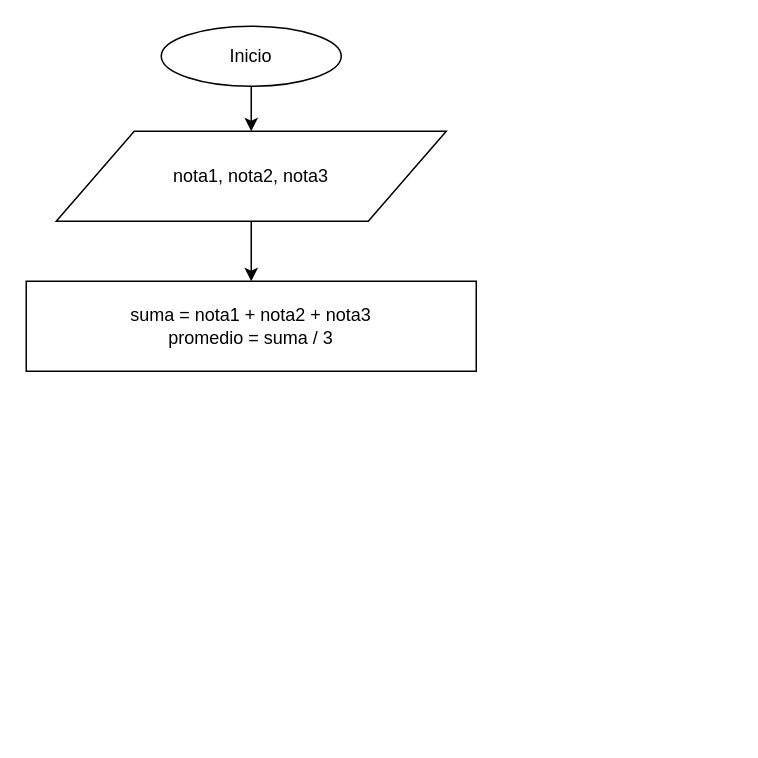
Earlier version of the draw.io diagram Tarea 21 de Marzo Ejercicios de Estructura de control/Ejercicio 5 Logica.drawio (NicolasMaggia/TareasJS-comision37i). Source tidied: cells renumbered, new cells numbered last; positions are measured from the earlier drawing's top-left corner, leaving out a move shared by most shapes. Both pictures are drawn from the tidied source at 150%, with x=0, y=0 at pixel (26, 26).
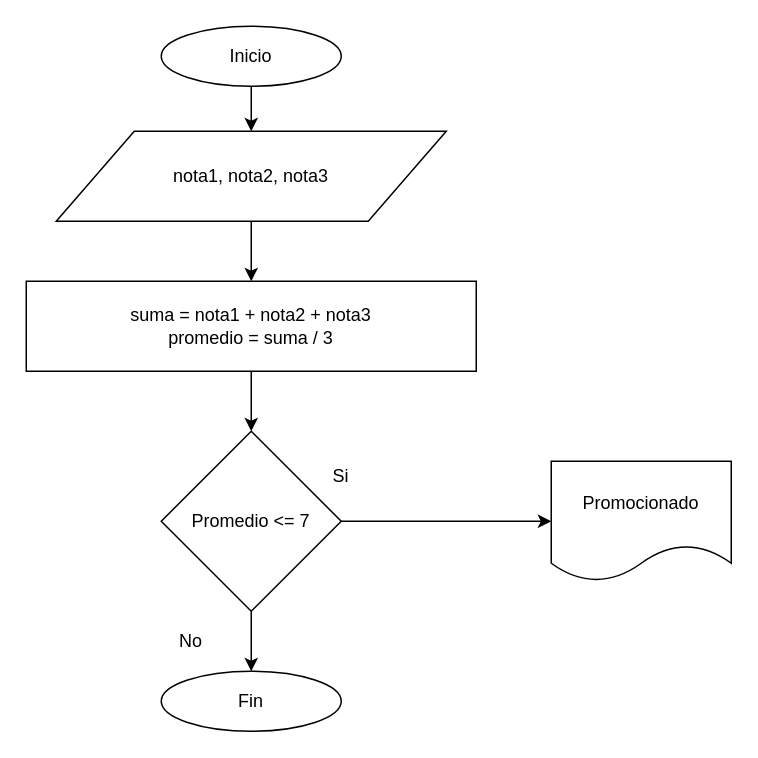
After the change.

Commit message (it also covers changes not shown here):
Subiendo DF ejercicio 5

Change to the diagram source:
```diff
@@
 <mxGraphModel>
   <root>
     <mxCell id="0" />
     <mxCell id="1" parent="0" />
     <mxCell id="2" style="edgeStyle=orthogonalEdgeStyle;rounded=0;jettySize=auto;html=1;" parent="1" edge="1" source="3" target="5">
       <mxGeometry relative="1" as="geometry" />
     </mxCell>
     <mxCell id="3" value="Inicio" style="ellipse;whiteSpace=wrap;html=1;" parent="1" vertex="1">
       <mxGeometry x="90" width="120" height="40" as="geometry" />
     </mxCell>
     <mxCell id="4" style="edgeStyle=orthogonalEdgeStyle;rounded=0;jettySize=auto;html=1;" parent="1" edge="1" source="5" target="6">
       <mxGeometry relative="1" as="geometry" />
     </mxCell>
     <mxCell id="5" value="nota1, nota2, nota3" style="shape=parallelogram;perimeter=parallelogramPerimeter;whiteSpace=wrap;html=1;" parent="1" vertex="1">
       <mxGeometry x="20" y="70" width="260" height="60" as="geometry" />
     </mxCell>
+    <mxCell id="7" style="edgeStyle=orthogonalEdgeStyle;rounded=0;jettySize=auto;html=1;" parent="1" edge="1" source="6" target="11">
+      <mxGeometry relative="1" as="geometry" />
+    </mxCell>
     <mxCell id="6" value="suma = nota1 + nota2 + nota3&lt;br&gt;promedio = suma / 3" style="rounded=0;whiteSpace=wrap;html=1;" parent="1" vertex="1">
       <mxGeometry y="170" width="300" height="60" as="geometry" />
     </mxCell>
+    <mxCell id="8" style="edgeStyle=orthogonalEdgeStyle;rounded=0;orthogonalLoop=1;jettySize=auto;html=1;exitX=0.5;exitY=1;exitDx=0;exitDy=0;" parent="1" edge="1" source="5" target="5">
+      <mxGeometry relative="1" as="geometry" />
+    </mxCell>
+    <mxCell id="9" style="edgeStyle=orthogonalEdgeStyle;rounded=0;jettySize=auto;html=1;" parent="1" edge="1" source="11" target="13">
+      <mxGeometry relative="1" as="geometry" />
+    </mxCell>
+    <mxCell id="10" style="edgeStyle=orthogonalEdgeStyle;rounded=0;jettySize=auto;html=1;" parent="1" edge="1" source="11" target="14">
+      <mxGeometry relative="1" as="geometry" />
+    </mxCell>
+    <mxCell id="11" value="Promedio &amp;lt;= 7" style="rhombus;whiteSpace=wrap;html=1;" parent="1" vertex="1">
+      <mxGeometry x="90" y="270" width="120" height="120" as="geometry" />
+    </mxCell>
+    <mxCell id="12" value="Si" style="text;html=1;strokeColor=none;fillColor=none;align=center;verticalAlign=middle;whiteSpace=wrap;rounded=0;" parent="1" vertex="1">
+      <mxGeometry x="190" y="290" width="40" height="20" as="geometry" />
+    </mxCell>
+    <mxCell id="13" value="Promocionado" style="shape=document;whiteSpace=wrap;html=1;boundedLbl=1;" parent="1" vertex="1">
+      <mxGeometry x="350" y="290" width="120" height="80" as="geometry" />
+    </mxCell>
+    <mxCell id="14" value="Fin" style="ellipse;whiteSpace=wrap;html=1;" parent="1" vertex="1">
+      <mxGeometry x="90" y="430" width="120" height="40" as="geometry" />
+    </mxCell>
+    <mxCell id="15" value="No" style="text;html=1;strokeColor=none;fillColor=none;align=center;verticalAlign=middle;whiteSpace=wrap;rounded=0;" parent="1" vertex="1">
+      <mxGeometry x="90" y="400" width="40" height="20" as="geometry" />
+    </mxCell>
   </root>
 </mxGraphModel>
```
